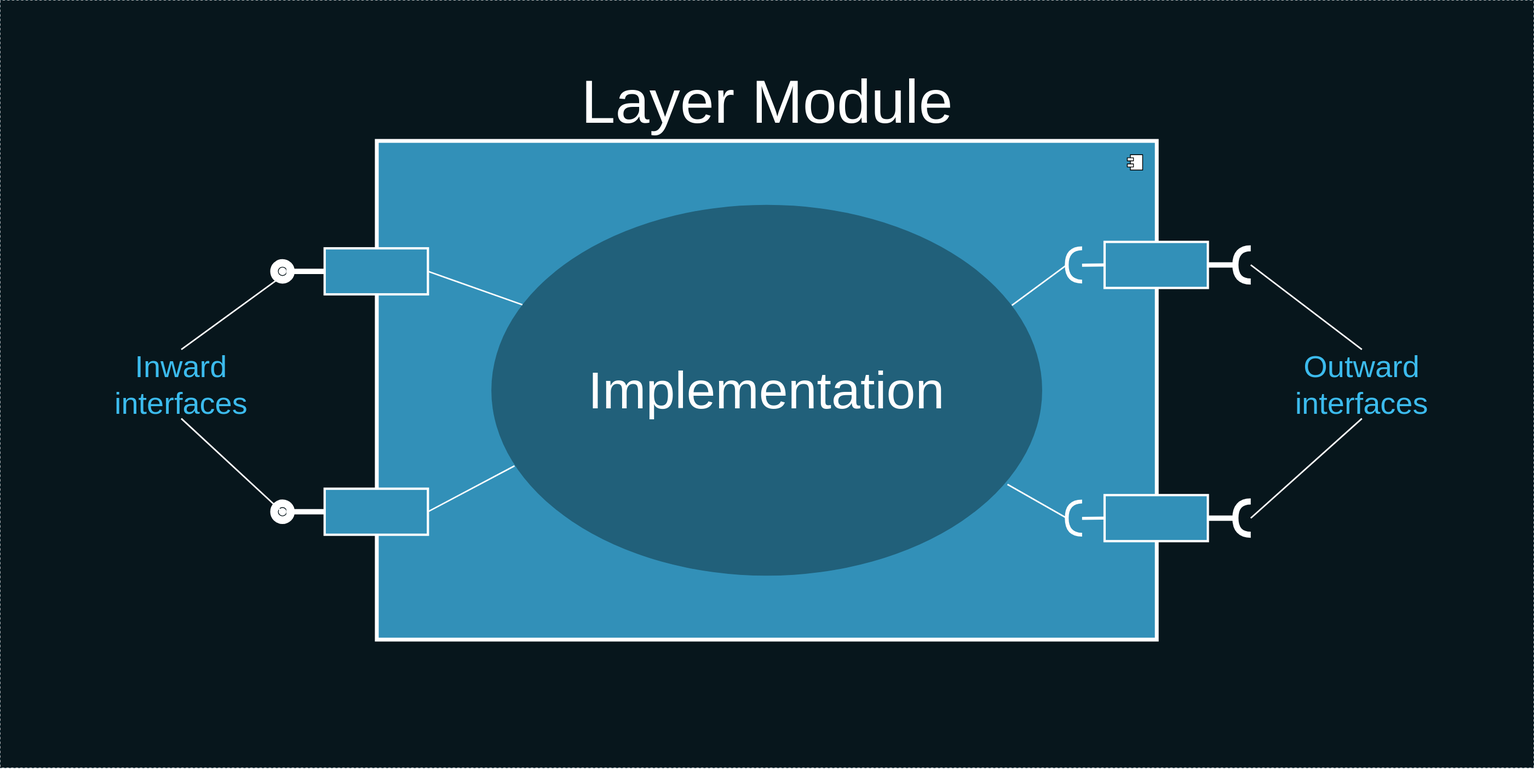
The draw.io diagram deck/ru/diagrams/layerModule1.svg in AlexanderLapygin/ca-react-rest-api-starter, before a commit. Source tidied: cells renumbered, new cells last; positions are measured from the earlier drawing's top-left corner, leaving out a move shared by most shapes.
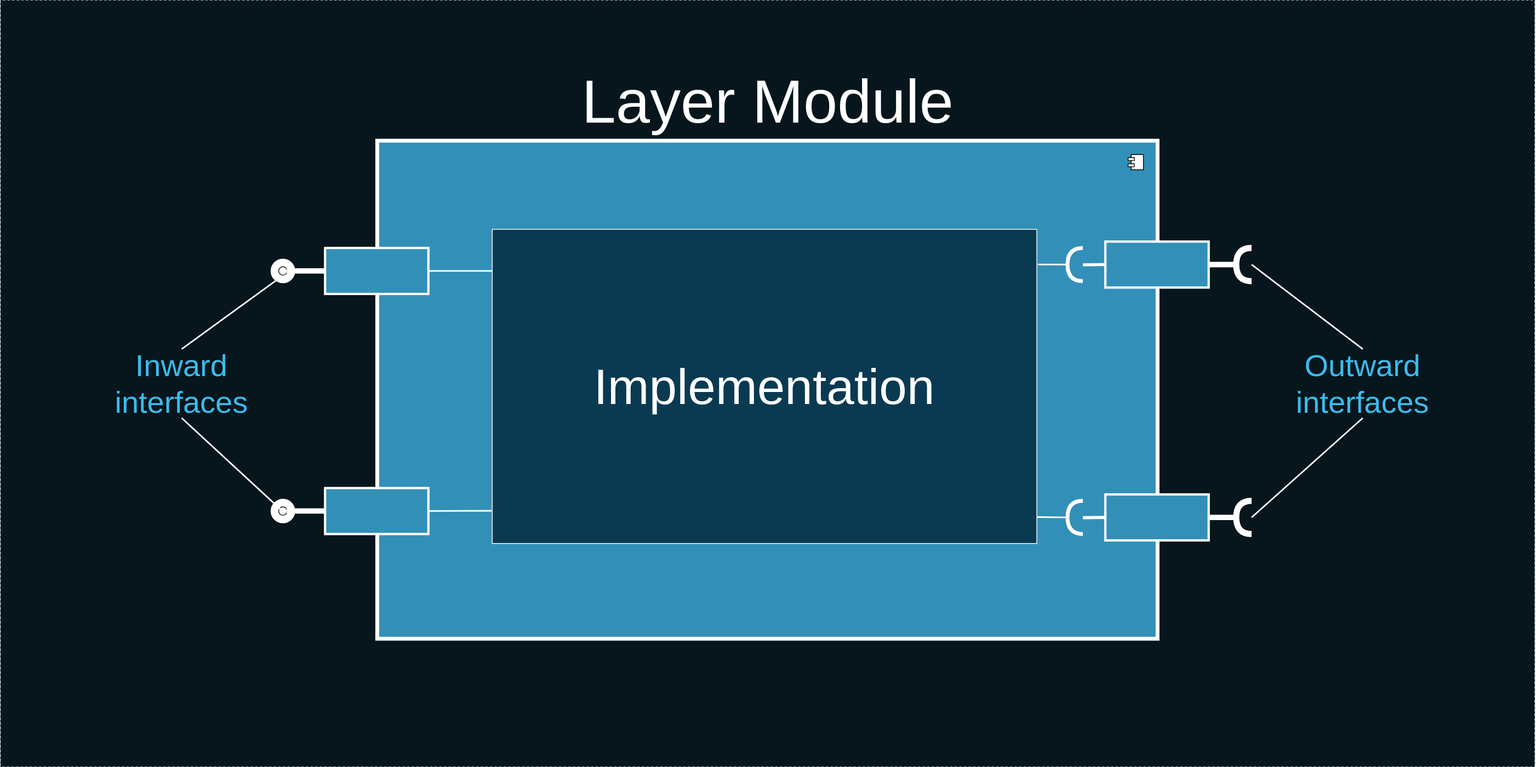
Above is the later version.

Diff of the diagram source:
```diff
@@ -89,13 +89,10 @@
         <mxPoint x="920" y="492" as="targetPoint" />
       </mxGeometry>
     </mxCell>
-    <mxCell id="28" value="&lt;font color=&quot;#ffffff&quot; style=&quot;font-size: 68px&quot;&gt;Implementation&lt;/font&gt;" style="ellipse;whiteSpace=wrap;html=1;strokeColor=none;strokeWidth=5;fontSize=33;fontColor=#3CBBED;fillColor=#21607A;" parent="20" vertex="1">
-      <mxGeometry x="149.4" y="83.3" width="718.5" height="483.3" as="geometry" />
-    </mxCell>
-    <mxCell id="29" style="rounded=0;jettySize=auto;html=1;endArrow=none;endFill=0;fontSize=40;fontColor=#FFFFFF;strokeColor=#FFFFFF;strokeWidth=2;exitX=1;exitY=0.5;exitDx=0;exitDy=0;exitPerimeter=0;entryX=0.945;entryY=0.271;entryDx=0;entryDy=0;entryPerimeter=0;" parent="20" edge="1" source="23" target="28">
+    <mxCell id="29" style="rounded=0;jettySize=auto;html=1;endArrow=none;endFill=0;fontSize=40;fontColor=#FFFFFF;strokeColor=#FFFFFF;strokeWidth=2;exitX=1;exitY=0.5;exitDx=0;exitDy=0;exitPerimeter=0;entryX=1.002;entryY=0.112;entryDx=0;entryDy=0;entryPerimeter=0;" parent="20" edge="1" source="23" target="28">
       <mxGeometry relative="1" as="geometry" />
     </mxCell>
-    <mxCell id="30" style="rounded=0;jettySize=auto;html=1;endArrow=none;endFill=0;fontSize=40;fontColor=#FFFFFF;strokeColor=#FFFFFF;strokeWidth=2;exitX=1;exitY=0.5;exitDx=0;exitDy=0;exitPerimeter=0;entryX=0.937;entryY=0.754;entryDx=0;entryDy=0;entryPerimeter=0;" parent="20" edge="1" source="26" target="28">
+    <mxCell id="30" style="rounded=0;jettySize=auto;html=1;endArrow=none;endFill=0;fontSize=40;fontColor=#FFFFFF;strokeColor=#FFFFFF;strokeWidth=2;exitX=1;exitY=0.5;exitDx=0;exitDy=0;exitPerimeter=0;entryX=1.001;entryY=0.916;entryDx=0;entryDy=0;entryPerimeter=0;" parent="20" edge="1" source="26" target="28">
       <mxGeometry relative="1" as="geometry" />
     </mxCell>
     <mxCell id="31" style="rounded=0;jettySize=auto;html=1;endArrow=none;endFill=0;fontSize=40;fontColor=#FFFFFF;strokeColor=#FFFFFF;strokeWidth=2;entryX=0;entryY=0.25;entryDx=0;entryDy=0;" parent="20" edge="1" source="35" target="21">
@@ -115,9 +112,14 @@
     <mxCell id="35" value="&lt;span style=&quot;font-family: monospace ; font-size: 0px&quot;&gt;%3CmxGraphModel%3E%3Croot%3E%3CmxCell%20id%3D%220%22%2F%3E%3CmxCell%20id%3D%221%22%20parent%3D%220%22%2F%3E%3CmxCell%20id%3D%222%22%20value%3D%22%22%20style%3D%22rounded%3D0%3BorthogonalLoop%3D1%3BjettySize%3Dauto%3Bhtml%3D1%3BendArrow%3Dnone%3BendFill%3D0%3BfontSize%3D40%3BfontColor%3D%23FFFFFF%3BstrokeColor%3D%23FFFFFF%3BstrokeWidth%3D4%3BexitX%3D0%3BexitY%3D0.5%3BexitDx%3D0%3BexitDy%3D0%3B%22%20edge%3D%221%22%20parent%3D%221%22%3E%3CmxGeometry%20relative%3D%221%22%20as%3D%22geometry%22%3E%3CmxPoint%20x%3D%22-999.6199999999999%22%20y%3D%22171.66000000000008%22%20as%3D%22sourcePoint%22%2F%3E%3CmxPoint%20x%3D%22-1029%22%20y%3D%22172%22%20as%3D%22targetPoint%22%2F%3E%3C%2FmxGeometry%3E%3C%2FmxCell%3E%3C%2Froot%3E%3C%2FmxGraphModel%3E&lt;/span&gt;&lt;span style=&quot;font-family: monospace ; font-size: 0px&quot;&gt;%3CmxGraphModel%3E%3Croot%3E%3CmxCell%20id%3D%220%22%2F%3E%3CmxCell%20id%3D%221%22%20parent%3D%220%22%2F%3E%3CmxCell%20id%3D%222%22%20value%3D%22%22%20style%3D%22rounded%3D0%3BorthogonalLoop%3D1%3BjettySize%3Dauto%3Bhtml%3D1%3BendArrow%3Dnone%3BendFill%3D0%3BfontSize%3D40%3BfontColor%3D%23FFFFFF%3BstrokeColor%3D%23FFFFFF%3BstrokeWidth%3D4%3BexitX%3D0%3BexitY%3D0.5%3BexitDx%3D0%3BexitDy%3D0%3B%22%20edge%3D%221%22%20parent%3D%221%22%3E%3CmxGeometry%20relative%3D%221%22%20as%3D%22geometry%22%3E%3CmxPoint%20x%3D%22-999.6199999999999%22%20y%3D%22171.66000000000008%22%20as%3D%22sourcePoint%22%2F%3E%3CmxPoint%20x%3D%22-1029%22%20y%3D%22172%22%20as%3D%22targetPoint%22%2F%3E%3C%2FmxGeometry%3E%3C%2FmxCell%3E%3C%2Froot%3E%3C%2FmxGraphModel%3E&lt;/span&gt;" style="rounded=0;whiteSpace=wrap;html=1;fillColor=#3290B8;strokeColor=#FFFFFF;strokeWidth=3;" parent="20" vertex="1">
       <mxGeometry x="-68" y="140" width="134.7" height="60" as="geometry" />
     </mxCell>
-    <mxCell id="36" style="rounded=0;jettySize=auto;html=1;endArrow=none;endFill=0;fontSize=40;fontColor=#FFFFFF;strokeColor=#FFFFFF;strokeWidth=2;entryX=1;entryY=0.5;entryDx=0;entryDy=0;" parent="20" edge="1" source="28" target="35">
-      <mxGeometry relative="1" as="geometry" />
+    <mxCell id="36" style="rounded=0;jettySize=auto;html=1;endArrow=none;endFill=0;fontSize=40;fontColor=#FFFFFF;strokeColor=#FFFFFF;strokeWidth=2;entryX=1;entryY=0.5;entryDx=0;entryDy=0;" parent="20" edge="1" target="35">
+      <mxGeometry relative="1" as="geometry">
+        <mxPoint x="208" y="170" as="sourcePoint" />
+      </mxGeometry>
     </mxCell>
+    <mxCell id="28" value="&lt;font color=&quot;#ffffff&quot; style=&quot;font-size: 65px&quot;&gt;Implementation&lt;/font&gt;" style="rounded=0;whiteSpace=wrap;html=1;strokeColor=#FFFFFF;fillColor=#0A3A52;fontSize=44;" parent="20" vertex="1">
+      <mxGeometry x="150" y="115.7" width="710" height="410" as="geometry" />
+    </mxCell>
     <mxCell id="37" style="rounded=0;jettySize=auto;html=1;endArrow=none;endFill=0;fontSize=40;fontColor=#FFFFFF;strokeColor=#FFFFFF;strokeWidth=7;exitX=0;exitY=0.5;exitDx=0;exitDy=0;" parent="1" edge="1" source="40" target="38">
       <mxGeometry relative="1" as="geometry" />
     </mxCell>
@@ -132,8 +134,10 @@
     <mxCell id="40" value="&lt;span style=&quot;font-family: monospace ; font-size: 0px&quot;&gt;%3CmxGraphModel%3E%3Croot%3E%3CmxCell%20id%3D%220%22%2F%3E%3CmxCell%20id%3D%221%22%20parent%3D%220%22%2F%3E%3CmxCell%20id%3D%222%22%20value%3D%22%22%20style%3D%22rounded%3D0%3BorthogonalLoop%3D1%3BjettySize%3Dauto%3Bhtml%3D1%3BendArrow%3Dnone%3BendFill%3D0%3BfontSize%3D40%3BfontColor%3D%23FFFFFF%3BstrokeColor%3D%23FFFFFF%3BstrokeWidth%3D4%3BexitX%3D0%3BexitY%3D0.5%3BexitDx%3D0%3BexitDy%3D0%3B%22%20edge%3D%221%22%20parent%3D%221%22%3E%3CmxGeometry%20relative%3D%221%22%20as%3D%22geometry%22%3E%3CmxPoint%20x%3D%22-999.6199999999999%22%20y%3D%22171.66000000000008%22%20as%3D%22sourcePoint%22%2F%3E%3CmxPoint%20x%3D%22-1029%22%20y%3D%22172%22%20as%3D%22targetPoint%22%2F%3E%3C%2FmxGeometry%3E%3C%2FmxCell%3E%3C%2Froot%3E%3C%2FmxGraphModel%3E&lt;/span&gt;&lt;span style=&quot;font-family: monospace ; font-size: 0px&quot;&gt;%3CmxGraphModel%3E%3Croot%3E%3CmxCell%20id%3D%220%22%2F%3E%3CmxCell%20id%3D%221%22%20parent%3D%220%22%2F%3E%3CmxCell%20id%3D%222%22%20value%3D%22%22%20style%3D%22rounded%3D0%3BorthogonalLoop%3D1%3BjettySize%3Dauto%3Bhtml%3D1%3BendArrow%3Dnone%3BendFill%3D0%3BfontSize%3D40%3BfontColor%3D%23FFFFFF%3BstrokeColor%3D%23FFFFFF%3BstrokeWidth%3D4%3BexitX%3D0%3BexitY%3D0.5%3BexitDx%3D0%3BexitDy%3D0%3B%22%20edge%3D%221%22%20parent%3D%221%22%3E%3CmxGeometry%20relative%3D%221%22%20as%3D%22geometry%22%3E%3CmxPoint%20x%3D%22-999.6199999999999%22%20y%3D%22171.66000000000008%22%20as%3D%22sourcePoint%22%2F%3E%3CmxPoint%20x%3D%22-1029%22%20y%3D%22172%22%20as%3D%22targetPoint%22%2F%3E%3C%2FmxGeometry%3E%3C%2FmxCell%3E%3C%2Froot%3E%3C%2FmxGraphModel%3E&lt;/span&gt;" style="rounded=0;whiteSpace=wrap;html=1;fillColor=#3290B8;strokeColor=#FFFFFF;strokeWidth=3;" parent="1" vertex="1">
       <mxGeometry x="423" y="636.3" width="134.7" height="60" as="geometry" />
     </mxCell>
-    <mxCell id="41" style="rounded=0;jettySize=auto;html=1;endArrow=none;endFill=0;fontSize=40;fontColor=#FFFFFF;strokeColor=#FFFFFF;strokeWidth=2;entryX=1;entryY=0.5;entryDx=0;entryDy=0;exitX=0.042;exitY=0.704;exitDx=0;exitDy=0;exitPerimeter=0;" parent="1" edge="1" source="28" target="40">
-      <mxGeometry relative="1" as="geometry" />
+    <mxCell id="41" style="rounded=0;jettySize=auto;html=1;endArrow=none;endFill=0;fontSize=40;fontColor=#FFFFFF;strokeColor=#FFFFFF;strokeWidth=2;entryX=1;entryY=0.5;entryDx=0;entryDy=0;" parent="1" edge="1" target="40">
+      <mxGeometry relative="1" as="geometry">
+        <mxPoint x="640" y="666" as="sourcePoint" />
+      </mxGeometry>
     </mxCell>
   </root>
 </mxGraphModel>
```
